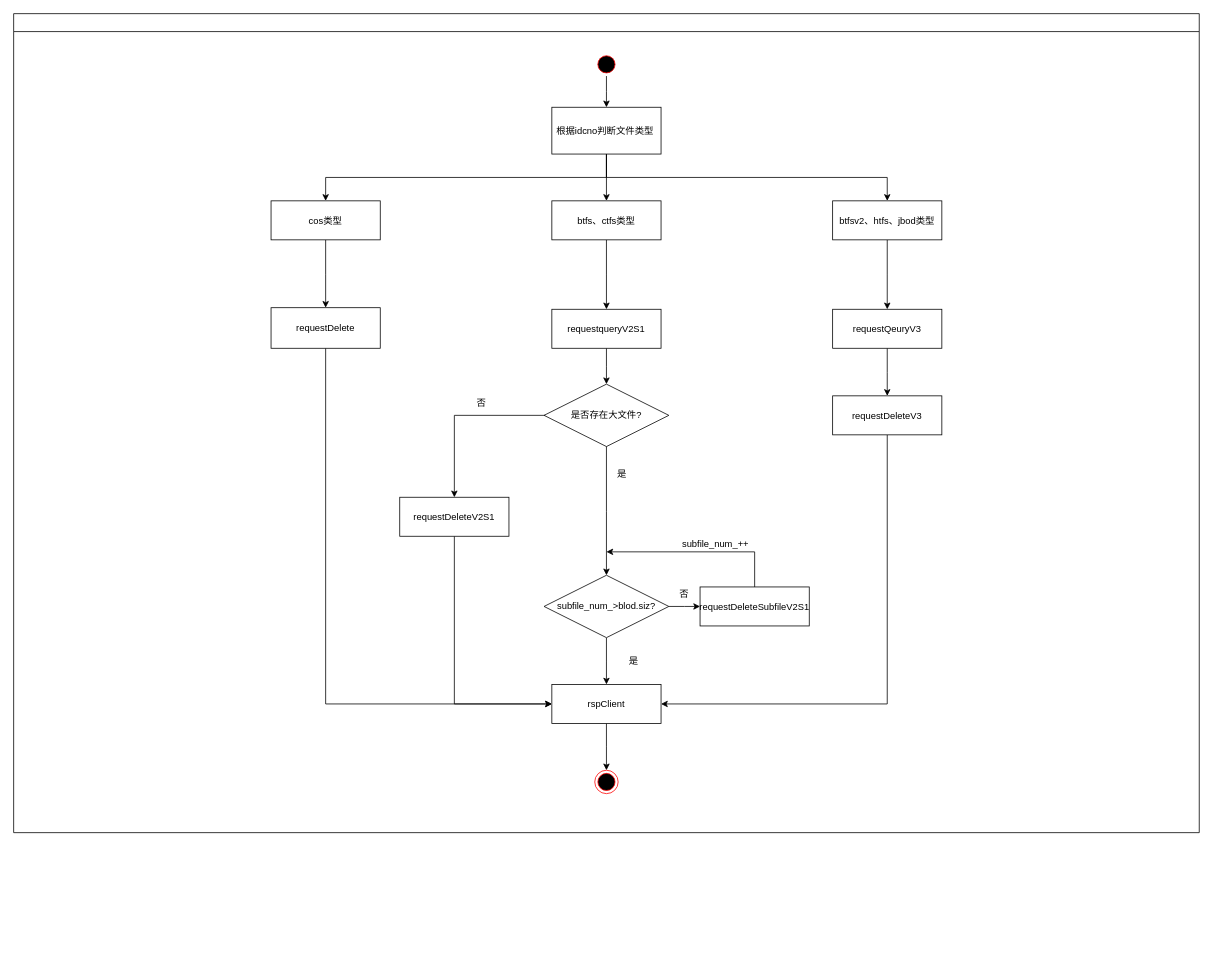
The draw.io diagram Untitled Diagram.drawio in NobodyKnowLuo/MyGit, before the edit. Source tidied: cells renumbered, new cells numbered last; positions are measured from the earlier drawing's top-left corner, leaving out a move shared by most shapes. Both pictures are drawn from the tidied source at 78%, with x=0, y=0 at pixel (13, 13).
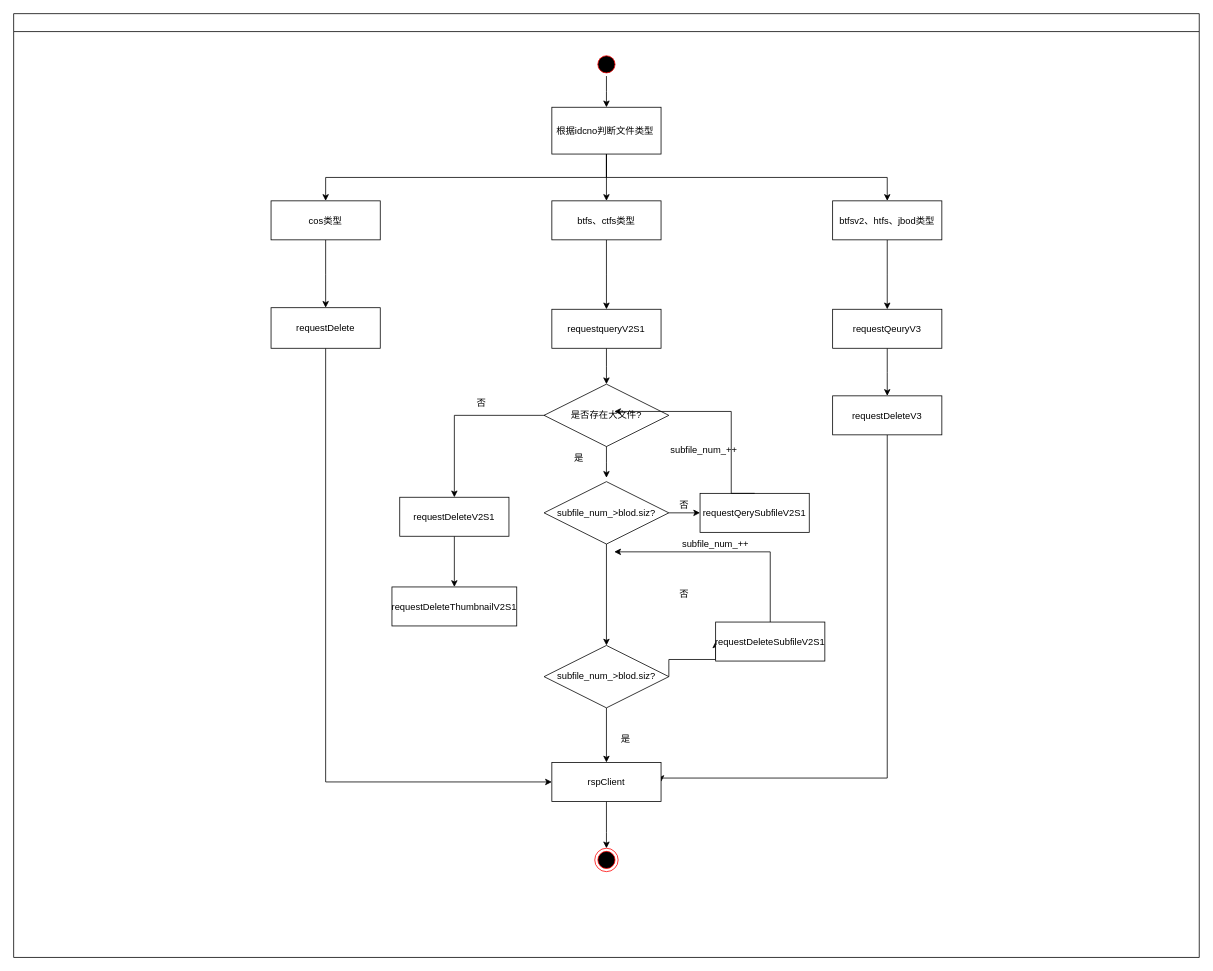
The same diagram, later.

The change refers to these unchanged cells:
```xml
<mxCell id="12" value="requestDelete" parent="2" vertex="1">
  <mxGeometry x="330" y="377" width="140" height="52" as="geometry" />
</mxCell>
<mxCell id="22" value="requestDeleteV3" parent="2" vertex="1">
  <mxGeometry x="1050" y="490" width="140" height="50" as="geometry" />
</mxCell>
<mxCell id="25" value="是否存在大文件?" style="rhombus;whiteSpace=wrap;html=1;" parent="2" vertex="1">
  <mxGeometry x="680" y="475" width="160" height="80" as="geometry" />
</mxCell>
<mxCell id="27" value="requestDeleteV2S1" parent="2" vertex="1">
  <mxGeometry x="495" y="620" width="140" height="50" as="geometry" />
</mxCell>
```

Change to the diagram source:
```diff
@@
     <mxCell id="2" style="swimlane;whiteSpace=wrap;" parent="1" vertex="1">
-      <mxGeometry width="1520" height="1050" as="geometry" />
+      <mxGeometry width="1520" height="1210" as="geometry" />
     </mxCell>
@@
     <mxCell id="11" style="edgeStyle=elbowEdgeStyle;rounded=0;jettySize=auto;elbow=vertical;html=1;exitX=0.5;exitY=1;exitDx=0;exitDy=0;entryX=0;entryY=0.5;entryDx=0;entryDy=0;fillColor=#000000;" parent="2" edge="1" source="12" target="37">
       <mxGeometry relative="1" as="geometry">
         <Array as="points">
+          <mxPoint x="470" y="985" />
           <mxPoint x="370" y="885" />
         </Array>
       </mxGeometry>
     </mxCell>
@@
     <mxCell id="21" style="edgeStyle=elbowEdgeStyle;rounded=0;jettySize=auto;elbow=vertical;html=1;exitX=0.5;exitY=1;exitDx=0;exitDy=0;entryX=1;entryY=0.5;entryDx=0;entryDy=0;fillColor=#000000;" parent="2" edge="1" source="22" target="37">
       <mxGeometry relative="1" as="geometry">
         <Array as="points">
+          <mxPoint x="990" y="980" />
+          <mxPoint x="990" y="970" />
           <mxPoint x="1040" y="885" />
         </Array>
       </mxGeometry>
     </mxCell>
@@
-    <mxCell id="24" style="edgeStyle=elbowEdgeStyle;rounded=0;jettySize=auto;elbow=vertical;html=1;exitX=0.5;exitY=1;exitDx=0;exitDy=0;" parent="2" edge="1" source="25" target="32">
-      <mxGeometry relative="1" as="geometry" />
+    <mxCell id="24" style="edgeStyle=elbowEdgeStyle;rounded=0;jettySize=auto;elbow=vertical;html=1;exitX=0.5;exitY=1;exitDx=0;exitDy=0;entryX=0;entryY=0.75;entryDx=0;entryDy=0;" parent="2" edge="1" source="25">
+      <mxGeometry relative="1" as="geometry">
+        <mxPoint x="760" y="595" as="targetPoint" />
+      </mxGeometry>
     </mxCell>
@@
-    <mxCell id="26" style="edgeStyle=elbowEdgeStyle;rounded=0;jettySize=auto;elbow=vertical;html=1;exitX=0.5;exitY=1;exitDx=0;exitDy=0;entryX=0;entryY=0.5;entryDx=0;entryDy=0;fillColor=#000000;" parent="2" edge="1" source="27" target="37">
-      <mxGeometry relative="1" as="geometry">
-        <Array as="points">
-          <mxPoint x="565" y="885" />
-        </Array>
-      </mxGeometry>
-    </mxCell>
+    <mxCell id="41" style="edgeStyle=orthogonalEdgeStyle;rounded=0;jettySize=auto;html=1;exitX=0.5;exitY=1;exitDx=0;exitDy=0;" parent="2" edge="1" source="27" target="48">
+      <mxGeometry relative="1" as="geometry" />
+    </mxCell>
@@
-    <mxCell id="29" value="是" style="text;html=1;strokeColor=none;fillColor=none;align=center;verticalAlign=middle;whiteSpace=wrap;rounded=0;" parent="2" vertex="1">
-      <mxGeometry x="760" y="580" width="40" height="20" as="geometry" />
-    </mxCell>
@@
-    <mxCell id="31" style="edgeStyle=elbowEdgeStyle;rounded=0;jettySize=auto;elbow=vertical;html=1;exitX=0.5;exitY=1;exitDx=0;exitDy=0;fillColor=#000000;" parent="2" edge="1" source="32" target="37">
+    <mxCell id="31" style="edgeStyle=orthogonalEdgeStyle;rounded=0;jettySize=auto;html=1;" parent="2" edge="1" source="32" target="37">
       <mxGeometry relative="1" as="geometry" />
     </mxCell>
     <mxCell id="32" value="subfile_num_&amp;gt;blod.siz?" style="rhombus;whiteSpace=wrap;html=1;" parent="2" vertex="1">
-      <mxGeometry x="680" y="720" width="160" height="80" as="geometry" />
+      <mxGeometry x="680" y="810" width="160" height="80" as="geometry" />
     </mxCell>
     <mxCell id="33" value="requestDeleteSubfileV2S1" parent="2" vertex="1">
-      <mxGeometry x="880" y="735" width="140" height="50" as="geometry" />
+      <mxGeometry x="900" y="780" width="140" height="50" as="geometry" />
     </mxCell>
@@
     <mxCell id="35" value="是" style="text;html=1;strokeColor=none;fillColor=none;align=center;verticalAlign=middle;whiteSpace=wrap;rounded=0;" parent="2" vertex="1">
-      <mxGeometry x="775" y="820" width="40" height="20" as="geometry" />
+      <mxGeometry x="765" y="920" width="40" height="20" as="geometry" />
     </mxCell>
-    <mxCell id="36" style="edgeStyle=elbowEdgeStyle;rounded=0;jettySize=auto;elbow=vertical;html=1;exitX=0.5;exitY=1;exitDx=0;exitDy=0;fillColor=#000000;" parent="2" edge="1" source="37" target="38">
-      <mxGeometry relative="1" as="geometry" />
+    <mxCell id="36" style="edgeStyle=elbowEdgeStyle;rounded=0;jettySize=auto;elbow=vertical;html=1;exitX=0.5;exitY=1;exitDx=0;exitDy=0;fillColor=#000000;entryX=0.5;entryY=0;entryDx=0;entryDy=0;" parent="2" edge="1" source="37" target="38">
+      <mxGeometry relative="1" as="geometry">
+        <Array as="points">
+          <mxPoint x="770" y="1050" />
+        </Array>
+      </mxGeometry>
     </mxCell>
     <mxCell id="37" value="rspClient" parent="2" vertex="1">
-      <mxGeometry x="690" y="860" width="140" height="50" as="geometry" />
+      <mxGeometry x="690" y="960" width="140" height="50" as="geometry" />
     </mxCell>
     <mxCell id="38" style="ellipse;html=1;shape=endState;fillColor=#000000;strokeColor=#ff0000;" parent="2" vertex="1">
-      <mxGeometry x="745" y="970" width="30" height="30" as="geometry" />
+      <mxGeometry x="745" y="1070" width="30" height="30" as="geometry" />
     </mxCell>
@@
+    <mxCell id="42" style="edgeStyle=orthogonalEdgeStyle;rounded=0;jettySize=auto;html=1;exitX=0.5;exitY=1;exitDx=0;exitDy=0;entryX=0.5;entryY=0;entryDx=0;entryDy=0;" parent="2" edge="1" source="44" target="32">
+      <mxGeometry relative="1" as="geometry" />
+    </mxCell>
+    <mxCell id="43" style="edgeStyle=orthogonalEdgeStyle;rounded=0;jettySize=auto;html=1;exitX=1;exitY=0.5;exitDx=0;exitDy=0;entryX=0;entryY=0.5;entryDx=0;entryDy=0;" parent="2" edge="1" source="44" target="45">
+      <mxGeometry relative="1" as="geometry" />
+    </mxCell>
+    <mxCell id="44" value="subfile_num_&amp;gt;blod.siz?" style="rhombus;whiteSpace=wrap;html=1;" parent="2" vertex="1">
+      <mxGeometry x="680" y="600" width="160" height="80" as="geometry" />
+    </mxCell>
-    <mxCell id="40" style="edgeStyle=elbowEdgeStyle;rounded=0;jettySize=auto;elbow=vertical;html=1;exitX=0.5;exitY=0;exitDx=0;exitDy=0;fillColor=#000000;" parent="1" edge="1" source="33">
+    <mxCell id="40" style="edgeStyle=elbowEdgeStyle;rounded=0;jettySize=auto;elbow=vertical;html=1;exitX=0.5;exitY=0;exitDx=0;exitDy=0;fillColor=#000000;" parent="2" edge="1" source="33">
       <mxGeometry relative="1" as="geometry">
-        <mxPoint x="760" y="690" as="targetPoint" />
+        <mxPoint x="770" y="690" as="targetPoint" />
         <Array as="points">
-          <mxPoint x="810" y="690" />
+          <mxPoint x="820" y="690" />
+          <mxPoint x="920" y="640" />
         </Array>
       </mxGeometry>
     </mxCell>
+    <mxCell id="45" value="requestQerySubfileV2S1" parent="2" vertex="1">
+      <mxGeometry x="880" y="615" width="140" height="50" as="geometry" />
+    </mxCell>
+    <mxCell id="29" value="是" style="text;html=1;strokeColor=none;fillColor=none;align=center;verticalAlign=middle;whiteSpace=wrap;rounded=0;" parent="2" vertex="1">
+      <mxGeometry x="705" y="560" width="40" height="20" as="geometry" />
+    </mxCell>
+    <mxCell id="46" value="否" style="text;html=1;strokeColor=none;fillColor=none;align=center;verticalAlign=middle;whiteSpace=wrap;rounded=0;" parent="2" vertex="1">
+      <mxGeometry x="840" y="620" width="40" height="20" as="geometry" />
+    </mxCell>
+    <mxCell id="47" value="subfile_num_++" style="text;html=1;strokeColor=none;fillColor=none;align=center;verticalAlign=middle;whiteSpace=wrap;rounded=0;" parent="2" vertex="1">
+      <mxGeometry x="840" y="550" width="90" height="20" as="geometry" />
+    </mxCell>
+    <mxCell id="48" value="requestDeleteThumbnailV2S1" parent="2" vertex="1">
+      <mxGeometry x="485" y="735" width="160" height="50" as="geometry" />
+    </mxCell>
+    <mxCell id="49" style="edgeStyle=orthogonalEdgeStyle;rounded=0;jettySize=auto;html=1;exitX=0.5;exitY=0;exitDx=0;exitDy=0;" parent="1" edge="1" source="45">
+      <mxGeometry relative="1" as="geometry">
+        <mxPoint x="770" y="510" as="targetPoint" />
+        <Array as="points">
+          <mxPoint x="920" y="510" />
+        </Array>
+      </mxGeometry>
+    </mxCell>
```
